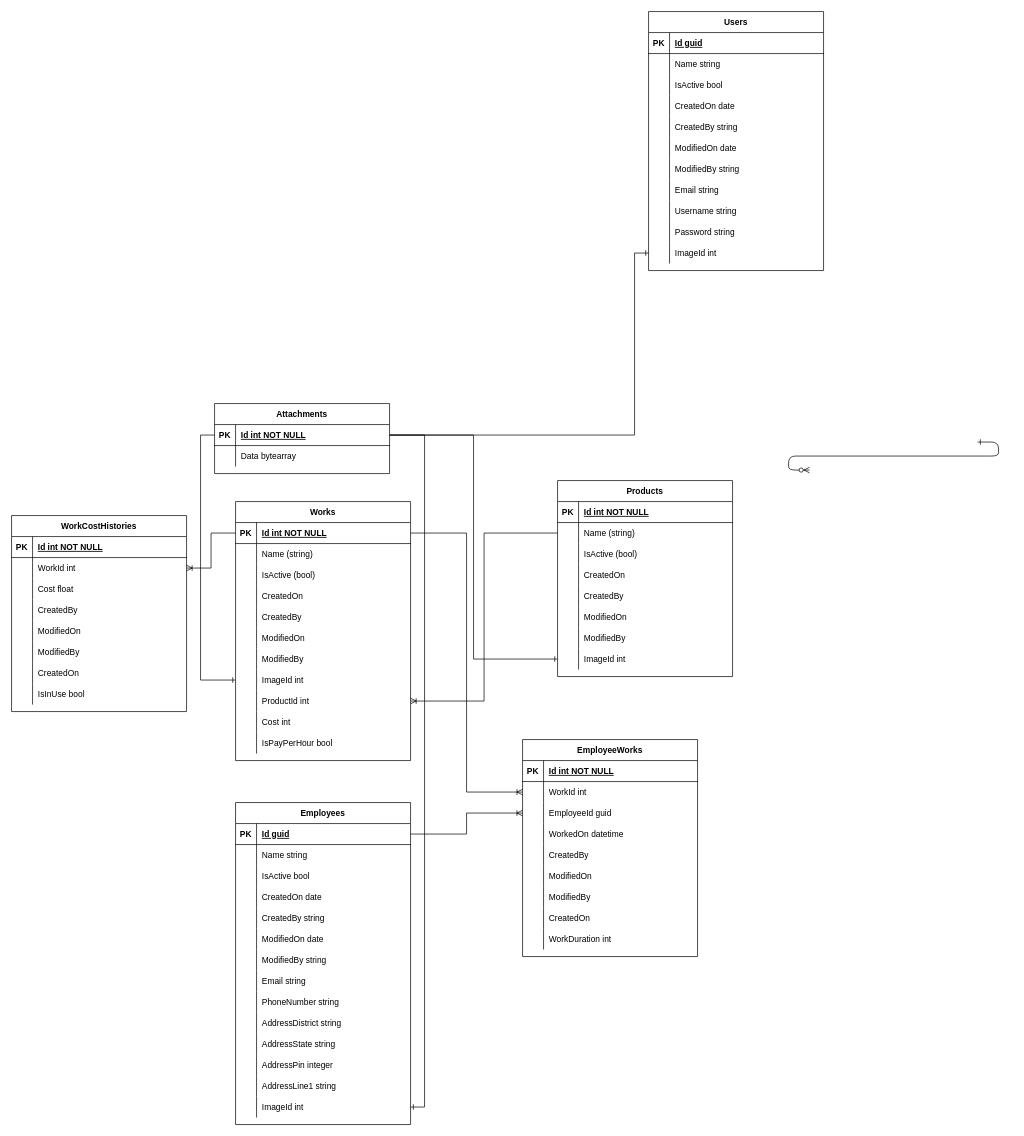
This is kanakku.drawio from nakulLukan/Kanakku, a draw.io file, before an edit. Source tidied: cells renumbered, new cells numbered last; positions are measured from the earlier drawing's top-left corner, leaving out a move shared by most shapes. Both pictures are drawn from the tidied source at 70%, with x=0, y=0 at pixel (11, 11).
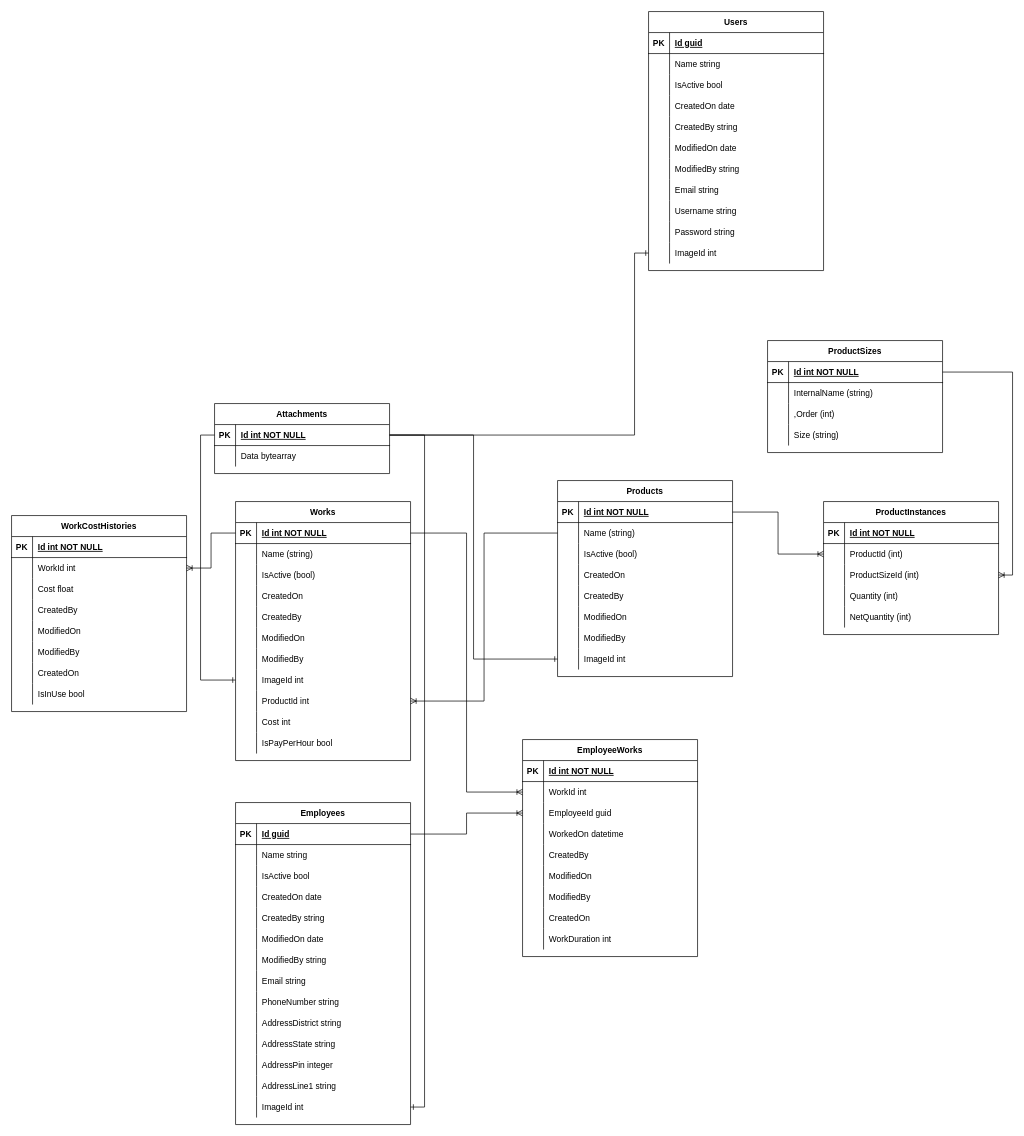
The same diagram, later.

Unchanged cells that the change refers to:
```xml
<mxCell id="4" style="shape=partialRectangle;fillColor=none;points=[[0,0.5],[1,0.5]];portConstraint=eastwest;top=0;left=0;right=0;bottom=1;" parent="3" vertex="1">
  <mxGeometry y="30" width="250" height="30" as="geometry" />
</mxCell>
```

Change to the diagram source:
```diff
@@
-    <mxCell id="2" style="edgeStyle=entityRelationEdgeStyle;endArrow=ERzeroToMany;startArrow=ERone;endFill=1;startFill=0;" parent="1" edge="1">
-      <mxGeometry relative="1" as="geometry">
-        <mxPoint x="1380" y="615" as="sourcePoint" />
-        <mxPoint x="1140" y="655" as="targetPoint" />
-      </mxGeometry>
-    </mxCell>
@@
+    <mxCell id="207" value="ProductInstances" style="shape=table;startSize=30;childLayout=tableLayout;rowLines=0;fontStyle=1;align=center;" parent="1" vertex="1">
+      <mxGeometry x="1160" y="700" width="250" height="190" as="geometry" />
+    </mxCell>
+    <mxCell id="208" style="shape=partialRectangle;fillColor=none;top=0;left=0;right=0;bottom=1;" parent="207" vertex="1">
+      <mxGeometry y="30" width="250" height="30" as="geometry" />
+    </mxCell>
+    <mxCell id="209" value="PK" style="shape=partialRectangle;overflow=hidden;fillColor=none;top=0;left=0;bottom=0;right=0;fontStyle=1;" parent="208" vertex="1">
+      <mxGeometry width="30" height="30" as="geometry" />
+    </mxCell>
+    <mxCell id="210" value="Id int NOT NULL " style="shape=partialRectangle;overflow=hidden;fillColor=none;top=0;left=0;bottom=0;right=0;align=left;spacingLeft=6;fontStyle=5;" parent="208" vertex="1">
+      <mxGeometry x="30" width="220" height="30" as="geometry" />
+    </mxCell>
+    <mxCell id="211" style="shape=partialRectangle;fillColor=none;points=[[0,0.5],[1,0.5]];portConstraint=eastwest;top=0;left=0;right=0;bottom=0;" parent="207" vertex="1">
+      <mxGeometry y="60" width="250" height="30" as="geometry" />
+    </mxCell>
+    <mxCell id="212" style="shape=partialRectangle;overflow=hidden;fillColor=none;top=0;left=0;bottom=0;right=0;" parent="211" vertex="1">
+      <mxGeometry width="30" height="30" as="geometry" />
+    </mxCell>
+    <mxCell id="213" value="ProductId (int)" style="shape=partialRectangle;overflow=hidden;fillColor=none;top=0;left=0;bottom=0;right=0;align=left;spacingLeft=6;" parent="211" vertex="1">
+      <mxGeometry x="30" width="220" height="30" as="geometry" />
+    </mxCell>
+    <mxCell id="214" style="shape=partialRectangle;fillColor=none;points=[[0,0.5],[1,0.5]];portConstraint=eastwest;top=0;left=0;right=0;bottom=0;" parent="207" vertex="1">
+      <mxGeometry y="90" width="250" height="30" as="geometry" />
+    </mxCell>
+    <mxCell id="215" style="shape=partialRectangle;overflow=hidden;fillColor=none;top=0;left=0;bottom=0;right=0;" parent="214" vertex="1">
+      <mxGeometry width="30" height="30" as="geometry" />
+    </mxCell>
+    <mxCell id="216" value="ProductSizeId (int)" style="shape=partialRectangle;overflow=hidden;fillColor=none;top=0;left=0;bottom=0;right=0;align=left;spacingLeft=6;" parent="214" vertex="1">
+      <mxGeometry x="30" width="220" height="30" as="geometry" />
+    </mxCell>
+    <mxCell id="217" style="shape=partialRectangle;fillColor=none;top=0;left=0;right=0;bottom=0;" parent="207" vertex="1">
+      <mxGeometry y="120" width="250" height="30" as="geometry" />
+    </mxCell>
+    <mxCell id="218" style="shape=partialRectangle;overflow=hidden;fillColor=none;top=0;left=0;bottom=0;right=0;" parent="217" vertex="1">
+      <mxGeometry width="30" height="30" as="geometry" />
+    </mxCell>
+    <mxCell id="219" value="Quantity (int)" style="shape=partialRectangle;overflow=hidden;fillColor=none;top=0;left=0;bottom=0;right=0;align=left;spacingLeft=6;" parent="217" vertex="1">
+      <mxGeometry x="30" width="220" height="30" as="geometry" />
+    </mxCell>
+    <mxCell id="220" style="shape=partialRectangle;fillColor=none;top=0;left=0;right=0;bottom=0;" parent="207" vertex="1">
+      <mxGeometry y="150" width="250" height="30" as="geometry" />
+    </mxCell>
+    <mxCell id="221" style="shape=partialRectangle;overflow=hidden;fillColor=none;top=0;left=0;bottom=0;right=0;" parent="220" vertex="1">
+      <mxGeometry width="30" height="30" as="geometry" />
+    </mxCell>
+    <mxCell id="222" value="NetQuantity (int)" style="shape=partialRectangle;overflow=hidden;fillColor=none;top=0;left=0;bottom=0;right=0;align=left;spacingLeft=6;" parent="220" vertex="1">
+      <mxGeometry x="30" width="220" height="30" as="geometry" />
+    </mxCell>
+    <mxCell id="223" style="edgeStyle=orthogonalEdgeStyle;rounded=0;jettySize=auto;html=1;exitX=1;exitY=0.5;exitDx=0;exitDy=0;entryX=0;entryY=0.5;entryDx=0;entryDy=0;endArrow=ERoneToMany;endFill=0;" parent="1" edge="1" source="4" target="211">
+      <mxGeometry relative="1" as="geometry" />
+    </mxCell>
+    <mxCell id="224" value="ProductSizes" style="shape=table;startSize=30;childLayout=tableLayout;rowLines=0;fontStyle=1;align=center;" parent="1" vertex="1">
+      <mxGeometry x="1080" y="470" width="250" height="160" as="geometry" />
+    </mxCell>
+    <mxCell id="225" style="shape=partialRectangle;fillColor=none;points=[[0,0.5],[1,0.5]];portConstraint=eastwest;top=0;left=0;right=0;bottom=1;" parent="224" vertex="1">
+      <mxGeometry y="30" width="250" height="30" as="geometry" />
+    </mxCell>
+    <mxCell id="226" value="PK" style="shape=partialRectangle;overflow=hidden;fillColor=none;top=0;left=0;bottom=0;right=0;fontStyle=1;" parent="225" vertex="1">
+      <mxGeometry width="30" height="30" as="geometry" />
+    </mxCell>
+    <mxCell id="227" value="Id int NOT NULL " style="shape=partialRectangle;overflow=hidden;fillColor=none;top=0;left=0;bottom=0;right=0;align=left;spacingLeft=6;fontStyle=5;" parent="225" vertex="1">
+      <mxGeometry x="30" width="220" height="30" as="geometry" />
+    </mxCell>
+    <mxCell id="228" style="shape=partialRectangle;fillColor=none;top=0;left=0;right=0;bottom=0;" parent="224" vertex="1">
+      <mxGeometry y="60" width="250" height="30" as="geometry" />
+    </mxCell>
+    <mxCell id="229" style="shape=partialRectangle;overflow=hidden;fillColor=none;top=0;left=0;bottom=0;right=0;" parent="228" vertex="1">
+      <mxGeometry width="30" height="30" as="geometry" />
+    </mxCell>
+    <mxCell id="230" value="InternalName (string)" style="shape=partialRectangle;overflow=hidden;fillColor=none;top=0;left=0;bottom=0;right=0;align=left;spacingLeft=6;" parent="228" vertex="1">
+      <mxGeometry x="30" width="220" height="30" as="geometry" />
+    </mxCell>
+    <mxCell id="231" style="shape=partialRectangle;fillColor=none;top=0;left=0;right=0;bottom=0;" parent="224" vertex="1">
+      <mxGeometry y="90" width="250" height="30" as="geometry" />
+    </mxCell>
+    <mxCell id="232" style="shape=partialRectangle;overflow=hidden;fillColor=none;top=0;left=0;bottom=0;right=0;" parent="231" vertex="1">
+      <mxGeometry width="30" height="30" as="geometry" />
+    </mxCell>
+    <mxCell id="233" value=",Order (int)" style="shape=partialRectangle;overflow=hidden;fillColor=none;top=0;left=0;bottom=0;right=0;align=left;spacingLeft=6;" parent="231" vertex="1">
+      <mxGeometry x="30" width="220" height="30" as="geometry" />
+    </mxCell>
+    <mxCell id="234" style="shape=partialRectangle;fillColor=none;top=0;left=0;right=0;bottom=0;" parent="224" vertex="1">
+      <mxGeometry y="120" width="250" height="30" as="geometry" />
+    </mxCell>
+    <mxCell id="235" style="shape=partialRectangle;overflow=hidden;fillColor=none;top=0;left=0;bottom=0;right=0;" parent="234" vertex="1">
+      <mxGeometry width="30" height="30" as="geometry" />
+    </mxCell>
+    <mxCell id="236" value="Size (string)" style="shape=partialRectangle;overflow=hidden;fillColor=none;top=0;left=0;bottom=0;right=0;align=left;spacingLeft=6;" parent="234" vertex="1">
+      <mxGeometry x="30" width="220" height="30" as="geometry" />
+    </mxCell>
+    <mxCell id="237" style="edgeStyle=orthogonalEdgeStyle;rounded=0;jettySize=auto;html=1;exitX=1;exitY=0.5;exitDx=0;exitDy=0;entryX=1;entryY=0.5;entryDx=0;entryDy=0;endArrow=ERoneToMany;endFill=0;" parent="1" edge="1" source="225" target="214">
+      <mxGeometry relative="1" as="geometry" />
+    </mxCell>
```
